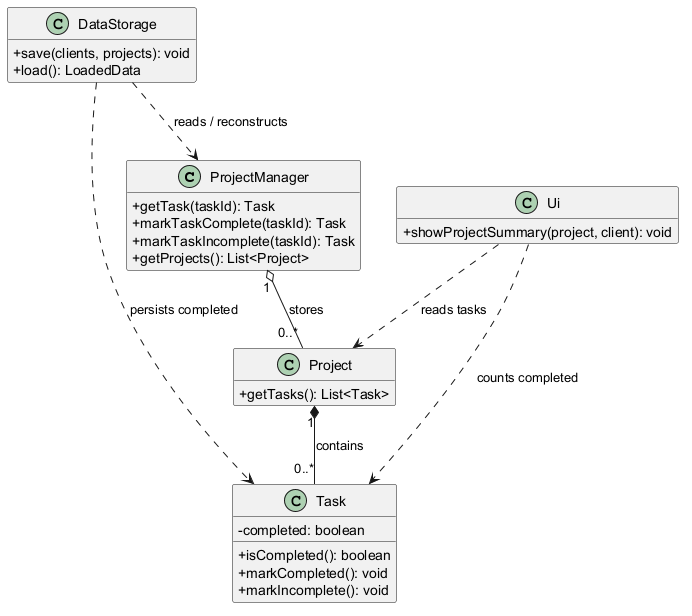
The PlantUML diagram docs/images/TaskCompletionClassDiagram.png in AY2627S1-CS2113-T10-3/tp, before a commit.
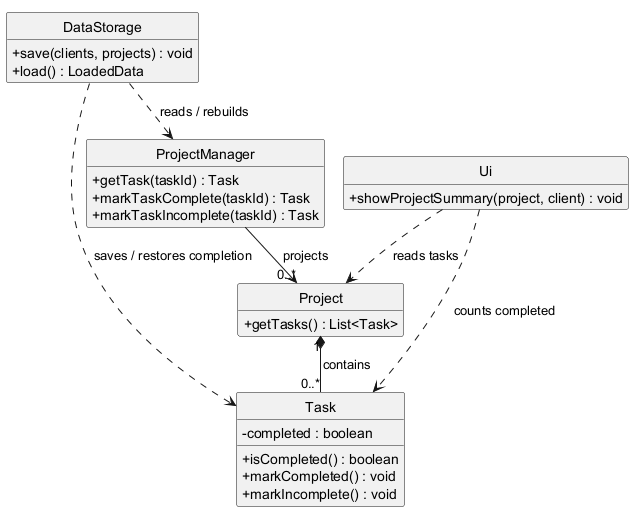
Above is the later version.

Commit message:
docs: correct task completion and persistence UML scenarios

What changed in the source:
```diff
@@ -1,38 +1,39 @@
 @startuml
+!pragma layout smetana
 skinparam classAttributeIconSize 0
+hide circle
 hide empty members
 
 class ProjectManager {
-  +getTask(taskId): Task
-  +markTaskComplete(taskId): Task
-  +markTaskIncomplete(taskId): Task
-  +getProjects(): List<Project>
+  +getTask(taskId) : Task
+  +markTaskComplete(taskId) : Task
+  +markTaskIncomplete(taskId) : Task
 }
 
 class Project {
-  +getTasks(): List<Task>
+  +getTasks() : List<Task>
 }
 
 class Task {
-  -completed: boolean
-  +isCompleted(): boolean
-  +markCompleted(): void
-  +markIncomplete(): void
+  -completed : boolean
+  +isCompleted() : boolean
+  +markCompleted() : void
+  +markIncomplete() : void
 }
 
 class DataStorage {
-  +save(clients, projects): void
-  +load(): LoadedData
+  +save(clients, projects) : void
+  +load() : LoadedData
 }
 
 class Ui {
-  +showProjectSummary(project, client): void
+  +showProjectSummary(project, client) : void
 }
 
-ProjectManager "1" o-- "0..*" Project : stores
+ProjectManager --> "0..*" Project : projects
 Project "1" *-- "0..*" Task : contains
-DataStorage ..> ProjectManager : reads / reconstructs
-DataStorage ..> Task : persists completed
+DataStorage .down.> ProjectManager : reads / rebuilds
+DataStorage ..> Task : saves / restores completion
 Ui ..> Project : reads tasks
 Ui ..> Task : counts completed
 
```
